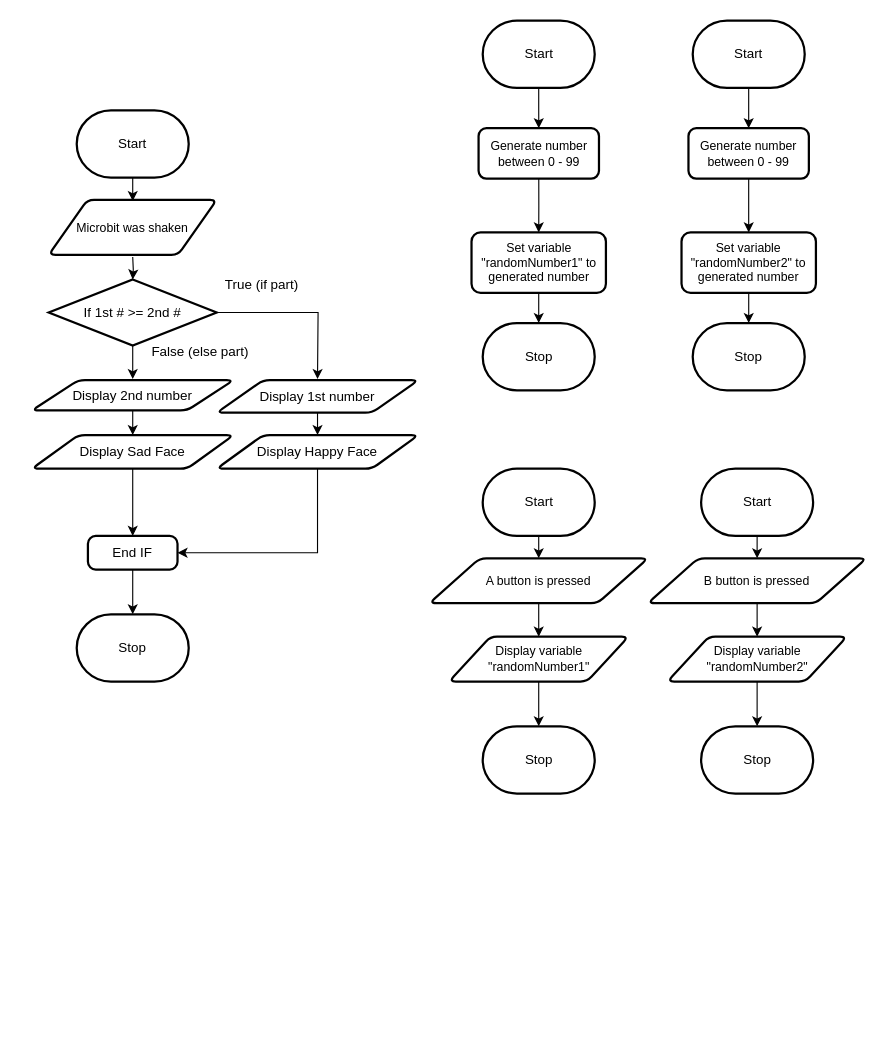
The draw.io diagram design/flowchart.drawio in MTHS-TEJ2O-1-2024/TEJ2O-Unit-2-11B-peter-zerbinos, before the edit. Source tidied: cells renumbered, new cells numbered last; positions are measured from the earlier drawing's top-left corner, leaving out a move shared by most shapes. Both pictures are drawn from the tidied source at 112%, with x=0, y=0 at pixel (31, 20).
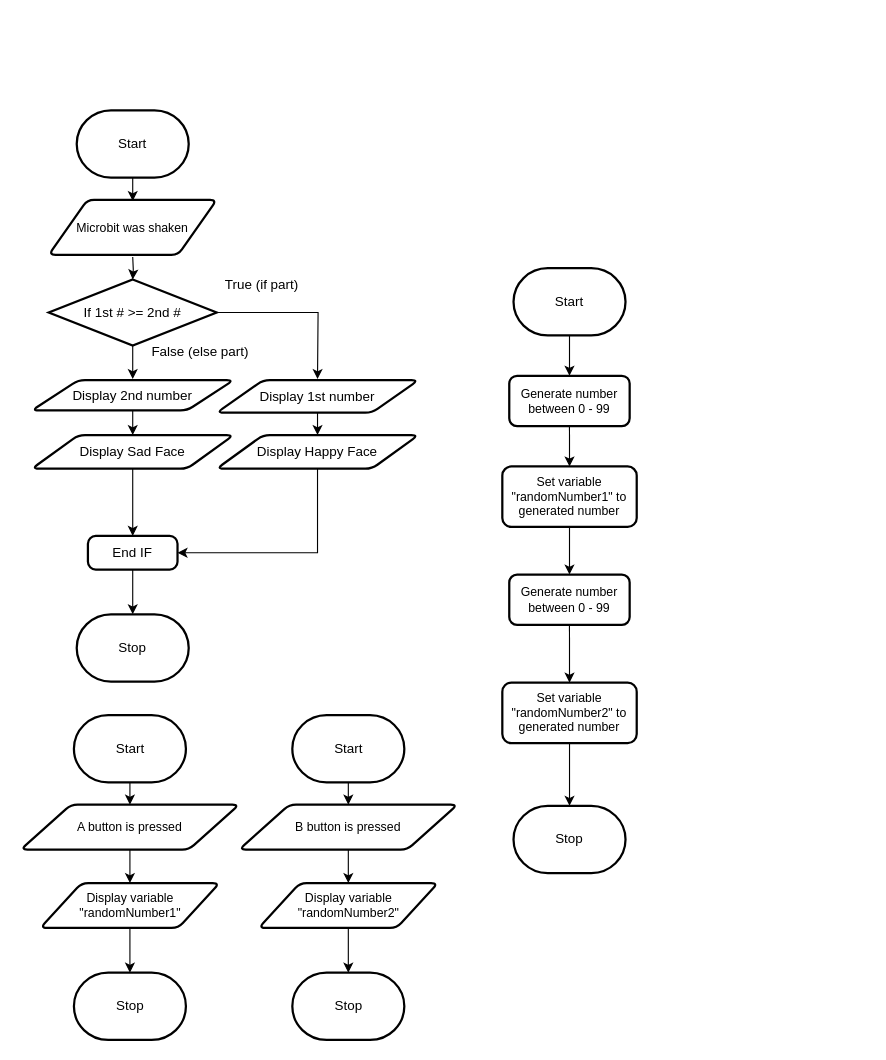
The same diagram, later.

Change to the diagram source:
```diff
@@
     <mxCell id="14" value="Start" style="strokeWidth=2;html=1;shape=mxgraph.flowchart.terminator;whiteSpace=wrap;" parent="1" vertex="1">
-      <mxGeometry x="402.5" width="100" height="60" as="geometry" />
+      <mxGeometry x="430" y="221" width="100" height="60" as="geometry" />
     </mxCell>
     <mxCell id="15" value="Stop" style="strokeWidth=2;html=1;shape=mxgraph.flowchart.terminator;whiteSpace=wrap;" parent="1" vertex="1">
-      <mxGeometry x="402.5" y="270" width="100" height="60" as="geometry" />
+      <mxGeometry x="430" y="701" width="100" height="60" as="geometry" />
     </mxCell>
@@
-    <mxCell id="17" style="edgeStyle=orthogonalEdgeStyle;shape=connector;rounded=0;html=1;exitX=0.5;exitY=1;exitDx=0;exitDy=0;entryX=0.5;entryY=0;entryDx=0;entryDy=0;entryPerimeter=0;labelBackgroundColor=default;strokeColor=default;fontFamily=Helvetica;fontSize=11;fontColor=default;endArrow=classic;" parent="1" edge="1" source="18" target="15">
+    <mxCell id="17" style="edgeStyle=orthogonalEdgeStyle;shape=connector;rounded=0;html=1;exitX=0.5;exitY=1;exitDx=0;exitDy=0;entryX=0.5;entryY=0;entryDx=0;entryDy=0;labelBackgroundColor=default;strokeColor=default;fontFamily=Helvetica;fontSize=11;fontColor=default;endArrow=classic;" parent="1" edge="1" source="18" target="40">
       <mxGeometry relative="1" as="geometry" />
     </mxCell>
     <mxCell id="18" value="Set variable &quot;randomNumber1&quot; to generated number" style="rounded=1;whiteSpace=wrap;html=1;shadow=0;strokeWidth=2;fontFamily=Helvetica;fontSize=11;fontColor=default;fillColor=none;" parent="1" vertex="1">
-      <mxGeometry x="392.5" y="189" width="120" height="54" as="geometry" />
+      <mxGeometry x="420" y="398" width="120" height="54" as="geometry" />
     </mxCell>
@@
     <mxCell id="20" value="Start" style="strokeWidth=2;html=1;shape=mxgraph.flowchart.terminator;whiteSpace=wrap;" parent="1" vertex="1">
-      <mxGeometry x="402.5" y="400" width="100" height="60" as="geometry" />
+      <mxGeometry x="37.5" y="620" width="100" height="60" as="geometry" />
     </mxCell>
     <mxCell id="21" value="Stop" style="strokeWidth=2;html=1;shape=mxgraph.flowchart.terminator;whiteSpace=wrap;" parent="1" vertex="1">
-      <mxGeometry x="402.5" y="630" width="100" height="60" as="geometry" />
+      <mxGeometry x="37.5" y="850" width="100" height="60" as="geometry" />
     </mxCell>
@@
     <mxCell id="32" value="A button is pressed" style="shape=parallelogram;html=1;strokeWidth=2;perimeter=parallelogramPerimeter;whiteSpace=wrap;rounded=1;arcSize=12;size=0.23;shadow=0;fontFamily=Helvetica;fontSize=11;fontColor=default;fillColor=none;" parent="1" vertex="1">
-      <mxGeometry x="355" y="480" width="195" height="40" as="geometry" />
+      <mxGeometry x="-10" y="700" width="195" height="40" as="geometry" />
     </mxCell>
-    <mxCell id="33" style="edgeStyle=orthogonalEdgeStyle;shape=connector;rounded=0;html=1;exitX=0.5;exitY=1;exitDx=0;exitDy=0;exitPerimeter=0;entryX=0.5;entryY=0;entryDx=0;entryDy=0;labelBackgroundColor=default;strokeColor=default;fontFamily=Helvetica;fontSize=11;fontColor=default;endArrow=classic;" parent="1" edge="1" source="34" target="40">
-      <mxGeometry relative="1" as="geometry" />
-    </mxCell>
-    <mxCell id="34" value="Start" style="strokeWidth=2;html=1;shape=mxgraph.flowchart.terminator;whiteSpace=wrap;" parent="1" vertex="1">
-      <mxGeometry x="590" width="100" height="60" as="geometry" />
-    </mxCell>
-    <mxCell id="35" value="Stop" style="strokeWidth=2;html=1;shape=mxgraph.flowchart.terminator;whiteSpace=wrap;" parent="1" vertex="1">
-      <mxGeometry x="590" y="270" width="100" height="60" as="geometry" />
-    </mxCell>
-    <mxCell id="36" style="edgeStyle=orthogonalEdgeStyle;shape=connector;rounded=0;html=1;exitX=0.5;exitY=1;exitDx=0;exitDy=0;entryX=0.5;entryY=0;entryDx=0;entryDy=0;labelBackgroundColor=default;strokeColor=default;fontFamily=Helvetica;fontSize=11;fontColor=default;endArrow=classic;" parent="1" edge="1" source="40" target="38">
-      <mxGeometry relative="1" as="geometry" />
-    </mxCell>
-    <mxCell id="37" style="edgeStyle=orthogonalEdgeStyle;shape=connector;rounded=0;html=1;exitX=0.5;exitY=1;exitDx=0;exitDy=0;entryX=0.5;entryY=0;entryDx=0;entryDy=0;entryPerimeter=0;labelBackgroundColor=default;strokeColor=default;fontFamily=Helvetica;fontSize=11;fontColor=default;endArrow=classic;" parent="1" edge="1" source="38" target="35">
-      <mxGeometry relative="1" as="geometry" />
-    </mxCell>
+    <mxCell id="50" style="edgeStyle=none;html=1;exitX=0.5;exitY=1;exitDx=0;exitDy=0;entryX=0.5;entryY=0;entryDx=0;entryDy=0;entryPerimeter=0;" parent="1" edge="1" source="38" target="15">
+      <mxGeometry relative="1" as="geometry" />
+    </mxCell>
     <mxCell id="38" value="Set variable &quot;randomNumber2&quot; to generated number" style="rounded=1;whiteSpace=wrap;html=1;shadow=0;strokeWidth=2;fontFamily=Helvetica;fontSize=11;fontColor=default;fillColor=none;" parent="1" vertex="1">
-      <mxGeometry x="580" y="189" width="120" height="54" as="geometry" />
+      <mxGeometry x="420" y="591" width="120" height="54" as="geometry" />
     </mxCell>
     <mxCell id="39" value="Generate number between 0 - 99" style="rounded=1;whiteSpace=wrap;html=1;absoluteArcSize=1;arcSize=14;strokeWidth=2;shadow=0;fontFamily=Helvetica;fontSize=11;fontColor=default;fillColor=none;" parent="1" vertex="1">
-      <mxGeometry x="398.8" y="96" width="107.5" height="45" as="geometry" />
+      <mxGeometry x="426.2" y="317" width="107.5" height="45" as="geometry" />
     </mxCell>
+    <mxCell id="36" style="edgeStyle=none;html=1;exitX=0.5;exitY=1;exitDx=0;exitDy=0;entryX=0.5;entryY=0;entryDx=0;entryDy=0;" parent="1" edge="1" source="40" target="38">
+      <mxGeometry relative="1" as="geometry" />
+    </mxCell>
     <mxCell id="40" value="Generate number between 0 - 99" style="rounded=1;whiteSpace=wrap;html=1;absoluteArcSize=1;arcSize=14;strokeWidth=2;shadow=0;fontFamily=Helvetica;fontSize=11;fontColor=default;fillColor=none;" parent="1" vertex="1">
-      <mxGeometry x="586.2" y="96" width="107.5" height="45" as="geometry" />
+      <mxGeometry x="426.2" y="494.5" width="107.5" height="45" as="geometry" />
     </mxCell>
@@
     <mxCell id="42" value="Display variable &quot;randomNumber1&quot;" style="shape=parallelogram;html=1;strokeWidth=2;perimeter=parallelogramPerimeter;whiteSpace=wrap;rounded=1;arcSize=12;size=0.23;shadow=0;fontFamily=Helvetica;fontSize=11;fontColor=default;fillColor=none;" parent="1" vertex="1">
-      <mxGeometry x="372.5" y="550" width="160" height="40" as="geometry" />
+      <mxGeometry x="7.5" y="770" width="160" height="40" as="geometry" />
     </mxCell>
@@
     <mxCell id="44" value="Start" style="strokeWidth=2;html=1;shape=mxgraph.flowchart.terminator;whiteSpace=wrap;" parent="1" vertex="1">
-      <mxGeometry x="597.5" y="400" width="100" height="60" as="geometry" />
+      <mxGeometry x="232.5" y="620" width="100" height="60" as="geometry" />
     </mxCell>
     <mxCell id="45" value="Stop" style="strokeWidth=2;html=1;shape=mxgraph.flowchart.terminator;whiteSpace=wrap;" parent="1" vertex="1">
-      <mxGeometry x="597.5" y="630" width="100" height="60" as="geometry" />
+      <mxGeometry x="232.5" y="850" width="100" height="60" as="geometry" />
     </mxCell>
@@
     <mxCell id="47" value="B button is pressed" style="shape=parallelogram;html=1;strokeWidth=2;perimeter=parallelogramPerimeter;whiteSpace=wrap;rounded=1;arcSize=12;size=0.23;shadow=0;fontFamily=Helvetica;fontSize=11;fontColor=default;fillColor=none;" parent="1" vertex="1">
-      <mxGeometry x="550" y="480" width="195" height="40" as="geometry" />
+      <mxGeometry x="185" y="700" width="195" height="40" as="geometry" />
     </mxCell>
@@
     <mxCell id="49" value="Display variable &quot;randomNumber2&quot;" style="shape=parallelogram;html=1;strokeWidth=2;perimeter=parallelogramPerimeter;whiteSpace=wrap;rounded=1;arcSize=12;size=0.23;shadow=0;fontFamily=Helvetica;fontSize=11;fontColor=default;fillColor=none;" parent="1" vertex="1">
-      <mxGeometry x="567.5" y="550" width="160" height="40" as="geometry" />
+      <mxGeometry x="202.5" y="770" width="160" height="40" as="geometry" />
     </mxCell>
```
